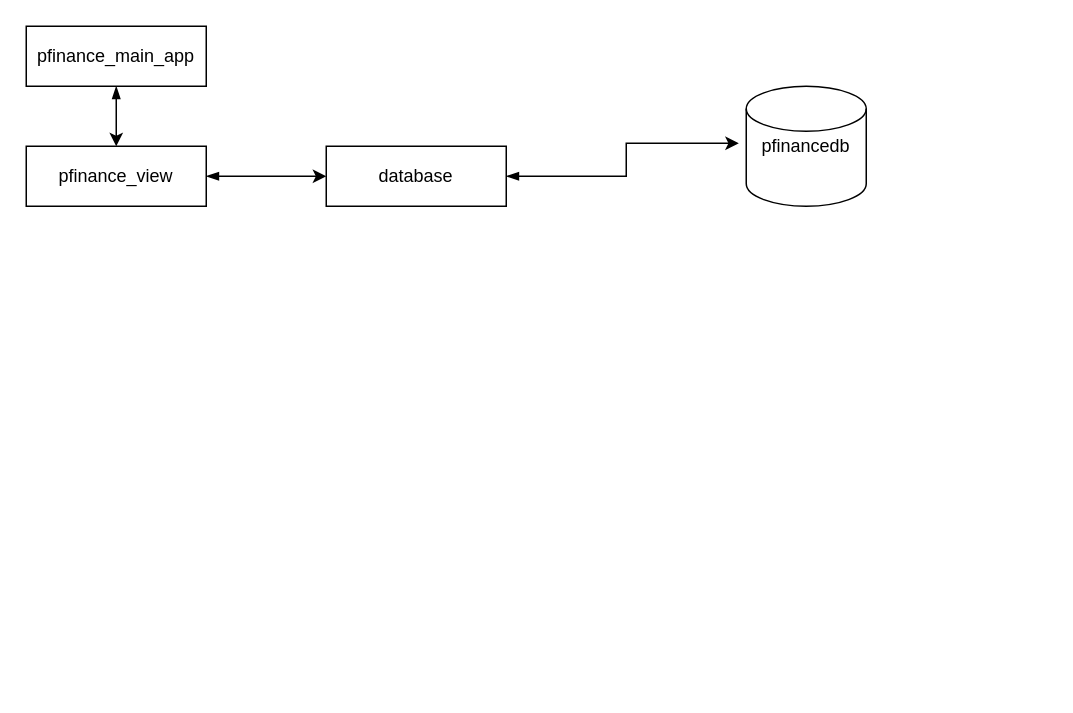
Earlier version of the draw.io diagram draw/pfinancedb.drawio (baylagas/py-s7-c2-ejer). Source tidied: cells renumbered, new cells numbered last; positions are measured from the earlier drawing's top-left corner, leaving out a move shared by most shapes. Both pictures are drawn from the tidied source at 150%, with x=0, y=0 at pixel (26, 26).
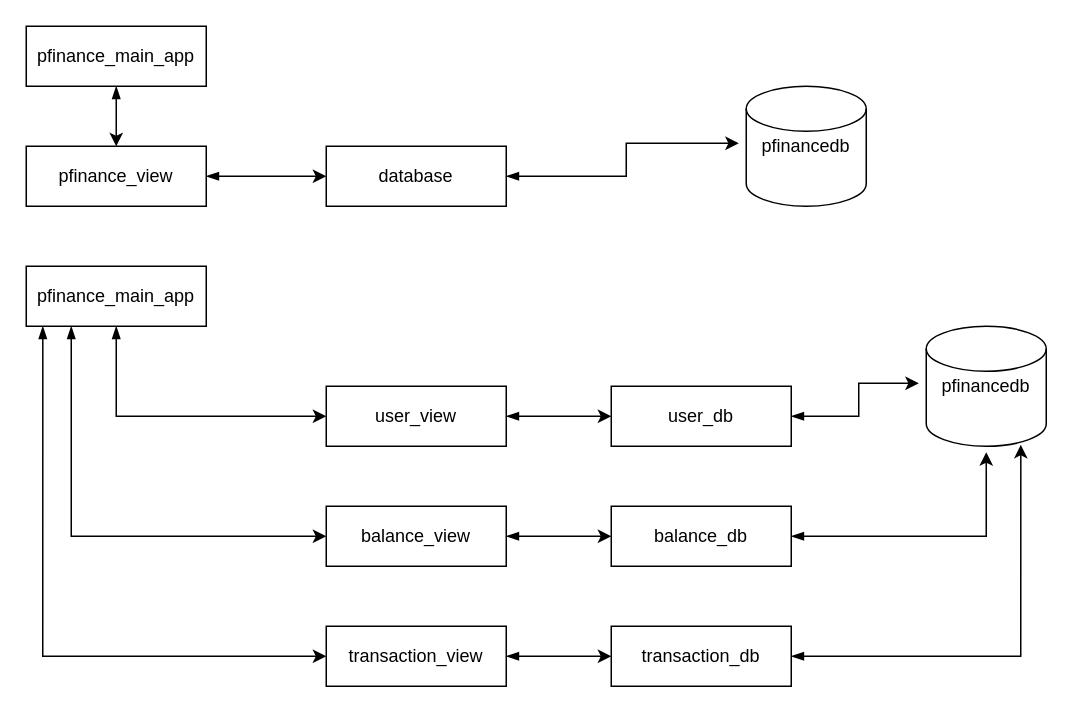
The same page after the edit.

Commit message (it also covers changes not shown here):
arquitecture modifications

What changed in the source:
```diff
@@
+    <mxCell id="9" style="edgeStyle=orthogonalEdgeStyle;rounded=0;jettySize=auto;html=1;exitX=0.5;exitY=1;exitDx=0;exitDy=0;entryX=0;entryY=0.5;entryDx=0;entryDy=0;startArrow=blockThin;startFill=1;" parent="1" edge="1" source="10" target="12">
+      <mxGeometry relative="1" as="geometry" />
+    </mxCell>
+    <mxCell id="10" value="pfinance_main_app" style="rounded=0;whiteSpace=wrap;html=1;" parent="1" vertex="1">
+      <mxGeometry y="160" width="120" height="40" as="geometry" />
+    </mxCell>
+    <mxCell id="11" style="edgeStyle=orthogonalEdgeStyle;rounded=0;jettySize=auto;html=1;entryX=0;entryY=0.5;entryDx=0;entryDy=0;startArrow=blockThin;startFill=1;" parent="1" edge="1" source="12" target="14">
+      <mxGeometry relative="1" as="geometry" />
+    </mxCell>
+    <mxCell id="12" value="user_view" style="rounded=0;whiteSpace=wrap;html=1;" parent="1" vertex="1">
+      <mxGeometry x="200" y="240" width="120" height="40" as="geometry" />
+    </mxCell>
+    <mxCell id="13" style="edgeStyle=orthogonalEdgeStyle;rounded=0;jettySize=auto;html=1;exitX=1;exitY=0.5;exitDx=0;exitDy=0;entryX=-0.062;entryY=0.475;entryDx=0;entryDy=0;entryPerimeter=0;startArrow=blockThin;startFill=1;" parent="1" edge="1" source="14" target="15">
+      <mxGeometry relative="1" as="geometry" />
+    </mxCell>
+    <mxCell id="14" value="user_db" style="rounded=0;whiteSpace=wrap;html=1;" parent="1" vertex="1">
+      <mxGeometry x="390" y="240" width="120" height="40" as="geometry" />
+    </mxCell>
+    <mxCell id="15" value="pfinancedb" style="shape=cylinder2;whiteSpace=wrap;html=1;boundedLbl=1;backgroundOutline=1;size=15;" parent="1" vertex="1">
+      <mxGeometry x="600" y="200" width="80" height="80" as="geometry" />
+    </mxCell>
+    <mxCell id="16" style="edgeStyle=orthogonalEdgeStyle;rounded=0;jettySize=auto;html=1;entryX=0;entryY=0.5;entryDx=0;entryDy=0;startArrow=blockThin;startFill=1;" parent="1" edge="1" source="17" target="18">
+      <mxGeometry relative="1" as="geometry" />
+    </mxCell>
+    <mxCell id="17" value="balance_view" style="rounded=0;whiteSpace=wrap;html=1;" parent="1" vertex="1">
+      <mxGeometry x="200" y="320" width="120" height="40" as="geometry" />
+    </mxCell>
+    <mxCell id="18" value="balance_db" style="rounded=0;whiteSpace=wrap;html=1;" parent="1" vertex="1">
+      <mxGeometry x="390" y="320" width="120" height="40" as="geometry" />
+    </mxCell>
+    <mxCell id="19" style="edgeStyle=orthogonalEdgeStyle;rounded=0;jettySize=auto;html=1;entryX=0;entryY=0.5;entryDx=0;entryDy=0;startArrow=blockThin;startFill=1;" parent="1" edge="1" source="20" target="21">
+      <mxGeometry relative="1" as="geometry" />
+    </mxCell>
+    <mxCell id="20" value="transaction_view" style="rounded=0;whiteSpace=wrap;html=1;" parent="1" vertex="1">
+      <mxGeometry x="200" y="400" width="120" height="40" as="geometry" />
+    </mxCell>
+    <mxCell id="21" value="transaction_db" style="rounded=0;whiteSpace=wrap;html=1;" parent="1" vertex="1">
+      <mxGeometry x="390" y="400" width="120" height="40" as="geometry" />
+    </mxCell>
+    <mxCell id="22" style="edgeStyle=orthogonalEdgeStyle;rounded=0;jettySize=auto;html=1;exitX=1;exitY=0.5;exitDx=0;exitDy=0;entryX=0.5;entryY=1.05;entryDx=0;entryDy=0;entryPerimeter=0;startArrow=blockThin;startFill=1;" parent="1" edge="1" source="18" target="15">
+      <mxGeometry relative="1" as="geometry" />
+    </mxCell>
+    <mxCell id="23" style="edgeStyle=orthogonalEdgeStyle;rounded=0;jettySize=auto;html=1;exitX=1;exitY=0.5;exitDx=0;exitDy=0;entryX=0.788;entryY=0.988;entryDx=0;entryDy=0;entryPerimeter=0;startArrow=blockThin;startFill=1;" parent="1" edge="1" source="21" target="15">
+      <mxGeometry relative="1" as="geometry" />
+    </mxCell>
+    <mxCell id="24" style="edgeStyle=orthogonalEdgeStyle;rounded=0;jettySize=auto;html=1;exitX=0.25;exitY=1;exitDx=0;exitDy=0;entryX=0;entryY=0.5;entryDx=0;entryDy=0;startArrow=blockThin;startFill=1;" parent="1" edge="1" source="10" target="17">
+      <mxGeometry relative="1" as="geometry" />
+    </mxCell>
+    <mxCell id="25" style="edgeStyle=orthogonalEdgeStyle;rounded=0;jettySize=auto;html=1;exitX=0.092;exitY=1;exitDx=0;exitDy=0;entryX=0;entryY=0.5;entryDx=0;entryDy=0;startArrow=blockThin;startFill=1;exitPerimeter=0;" parent="1" edge="1" source="10" target="20">
+      <mxGeometry relative="1" as="geometry" />
+    </mxCell>
```
